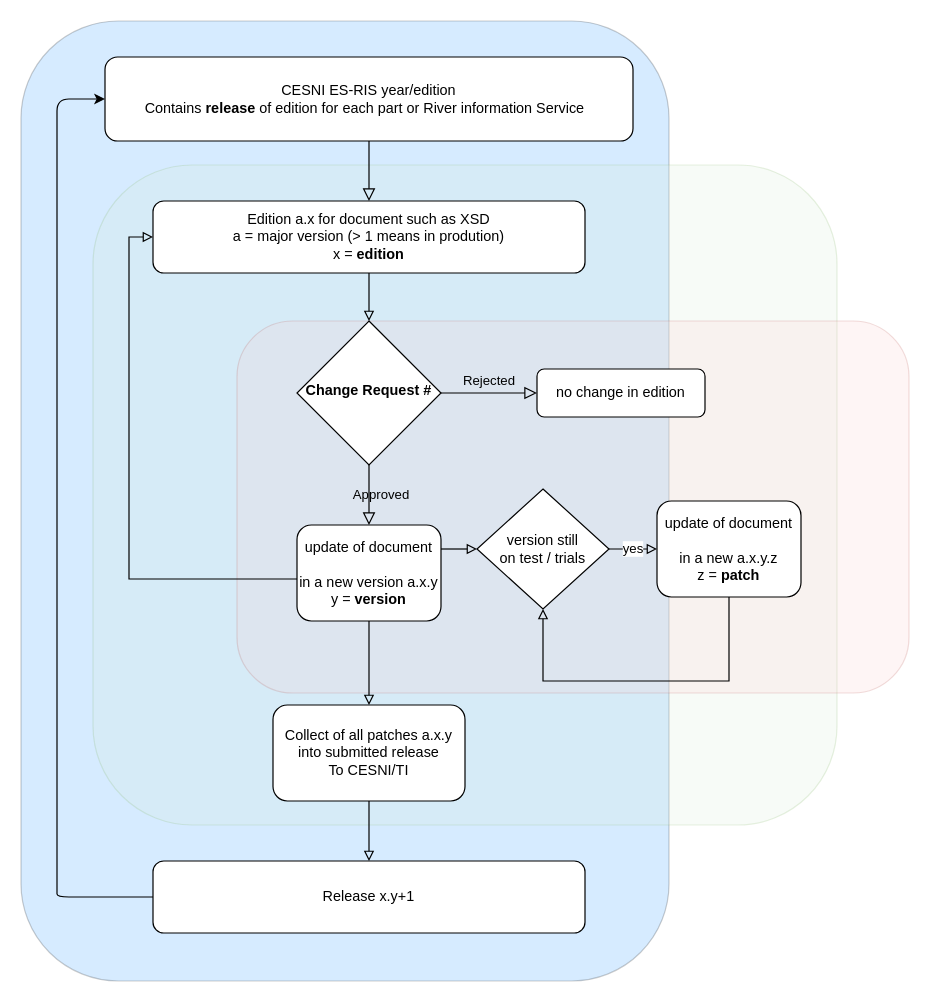
This is docs/RIS-versioning.drawio from cesniti/ris_public_files, a draw.io file, before an edit. Source tidied: cells renumbered, new cells numbered last; positions are measured from the earlier drawing's top-left corner, leaving out a move shared by most shapes. Both pictures are drawn from the tidied source at 120%, with x=0, y=0 at pixel (20, 20).
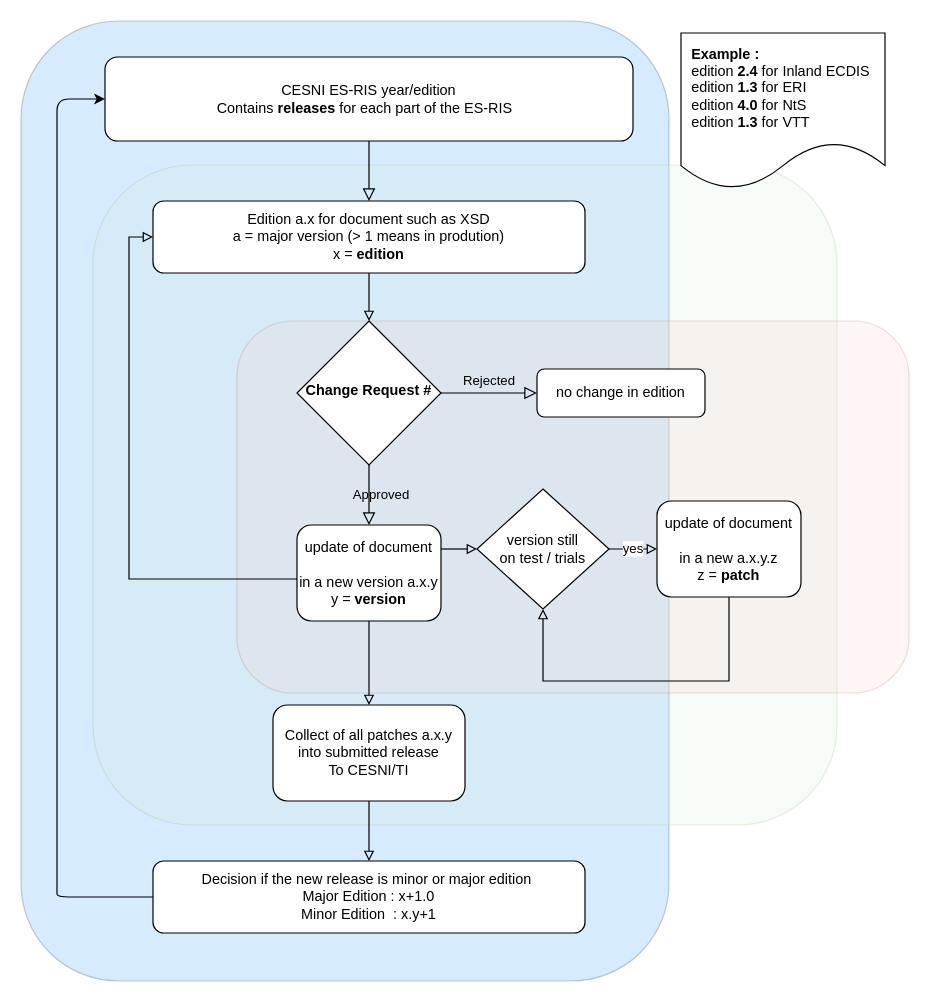
Above is the later version.

What changed in the source:
```diff
@@
-    <mxCell id="6" value="CESNI ES-RIS year/edition&lt;br&gt;Contains &lt;b&gt;release&lt;/b&gt; of edition for each part or River information Service&amp;nbsp;&amp;nbsp;" style="rounded=1;whiteSpace=wrap;html=1;fontSize=12;glass=0;strokeWidth=1;shadow=0;" parent="1" vertex="1">
+    <mxCell id="6" value="CESNI ES-RIS year/edition&lt;br&gt;Contains &lt;b&gt;releases&lt;/b&gt;&amp;nbsp;for each part of the ES-RIS&amp;nbsp;&amp;nbsp;" style="rounded=1;whiteSpace=wrap;html=1;fontSize=12;glass=0;strokeWidth=1;shadow=0;" parent="1" vertex="1">
       <mxGeometry x="70" y="30" width="440" height="70" as="geometry" />
     </mxCell>
@@
-    <mxCell id="12" value="Release x.y+1" style="rounded=1;whiteSpace=wrap;html=1;" parent="1" vertex="1">
+    <mxCell id="12" value="Decision if the new release is minor or major edition&amp;nbsp;&lt;br&gt;Major Edition : x+1.0&lt;br&gt;Minor Edition&amp;nbsp; : x.y+1" style="rounded=1;whiteSpace=wrap;html=1;" parent="1" vertex="1">
       <mxGeometry x="110" y="700" width="360" height="60" as="geometry" />
     </mxCell>
@@
+    <mxCell id="25" value="&lt;div style=&quot;text-align: left&quot;&gt;&lt;b&gt;Example :&lt;/b&gt;&lt;/div&gt;&lt;div style=&quot;text-align: left&quot;&gt;edition&amp;nbsp;&lt;b&gt;2.4 &lt;/b&gt;for Inland ECDIS&amp;nbsp;&lt;/div&gt;&lt;div style=&quot;text-align: left&quot;&gt;&lt;span&gt;edition&amp;nbsp;&lt;b&gt;1.3&lt;/b&gt; for ERI&lt;/span&gt;&lt;/div&gt;&lt;div style=&quot;text-align: left&quot;&gt;edition&amp;nbsp;&lt;b&gt;4.0&lt;/b&gt; for NtS&amp;nbsp;&lt;/div&gt;&lt;div style=&quot;text-align: left&quot;&gt;edition&amp;nbsp;&lt;b&gt;1.3&lt;/b&gt; for VTT&lt;/div&gt;" style="shape=document;whiteSpace=wrap;html=1;boundedLbl=1;rounded=0;fillColor=#FFFFFF;gradientColor=none;" parent="1" vertex="1">
+      <mxGeometry x="550" y="10" width="170" height="130" as="geometry" />
+    </mxCell>
```
